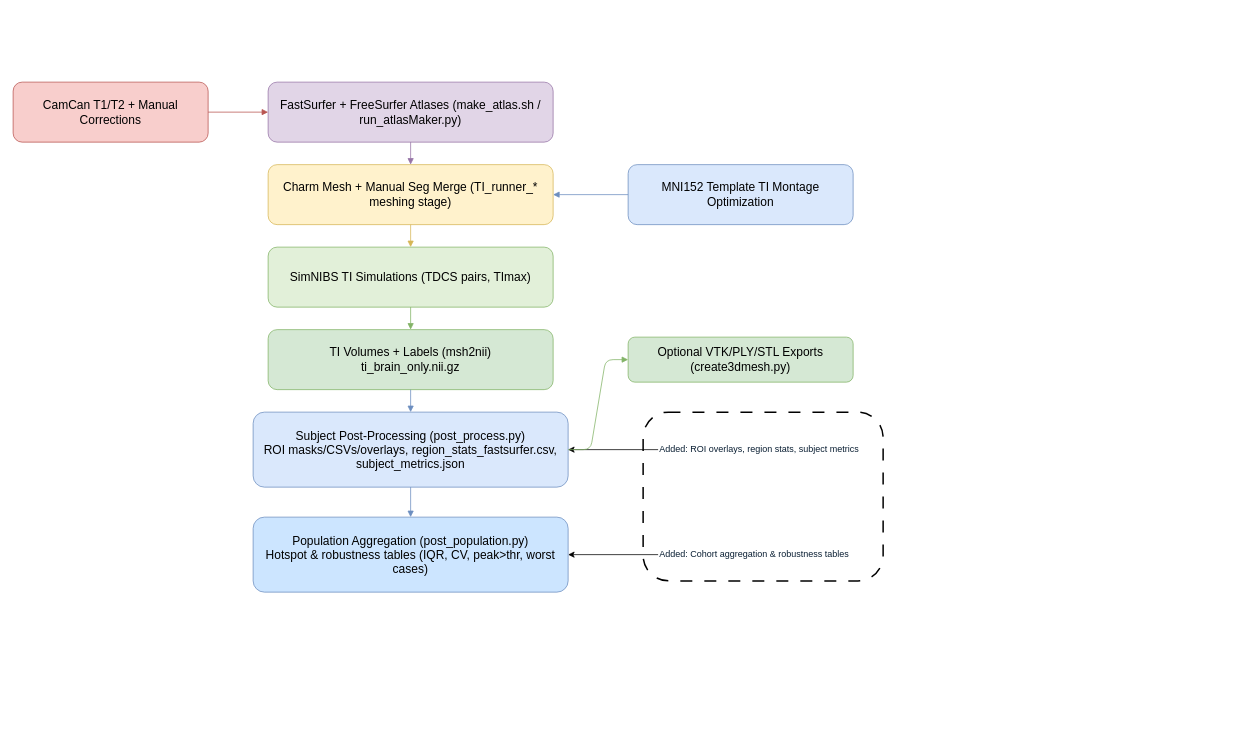
DFrogBinder/TI_Pipeline keeps this draw.io diagram as SimNIBS/Scripts/CamCan_Experiment/drawio/Updated_TI_Pipeline.drawio. Above is the earlier version. Source tidied: cells renumbered, new cells numbered last; positions are measured from the earlier drawing's top-left corner, leaving out a move shared by most shapes. Both pictures are drawn from the tidied source at 75%, with x=0, y=0 at pixel (13, 82).
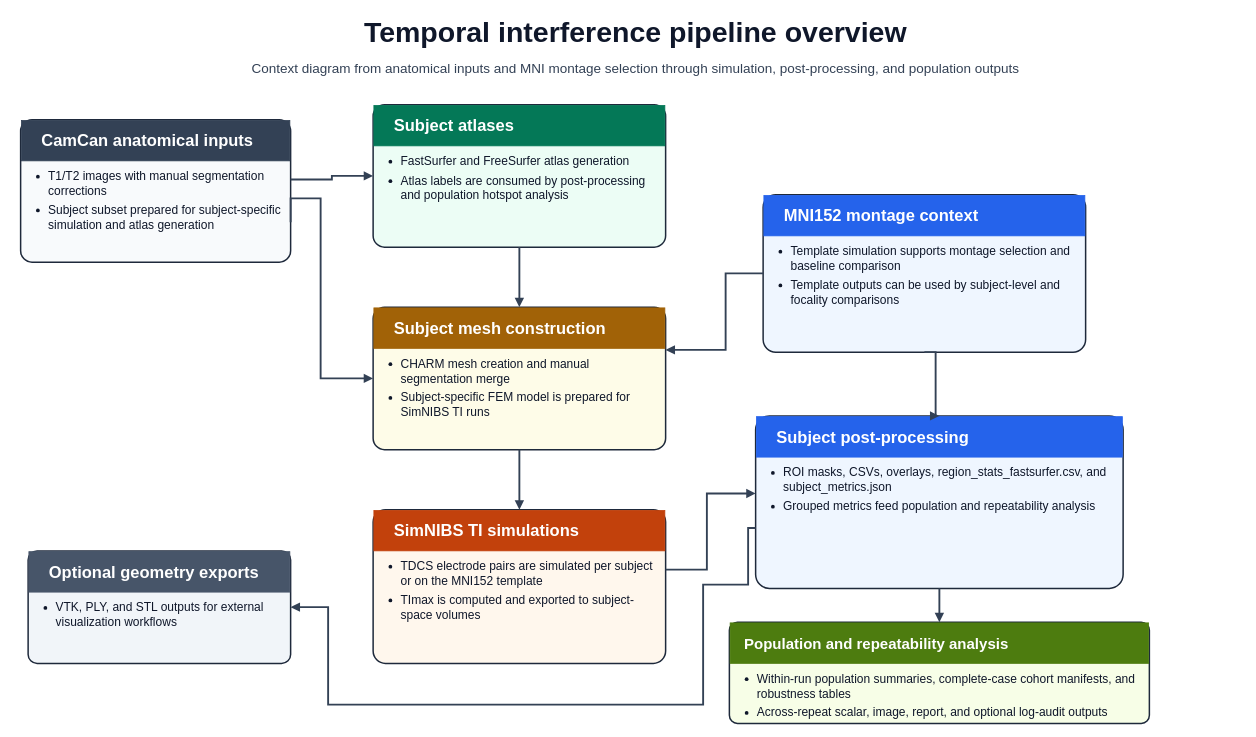
The same page after the edit.

Change to the diagram source:
```diff
@@
-    <mxCell id="2" value="CamCan T1/T2 + Manual Corrections" style="rounded=1;whiteSpace=wrap;html=1;fillColor=#f8cecc;strokeColor=#b85450;fontSize=16;" parent="1" vertex="1">
-      <mxGeometry width="260" height="80" as="geometry" />
-    </mxCell>
-    <mxCell id="3" value="MNI152 Template TI Montage Optimization" style="rounded=1;whiteSpace=wrap;html=1;fillColor=#dae8fc;strokeColor=#6c8ebf;fontSize=16;" parent="1" vertex="1">
-      <mxGeometry x="820" y="110" width="300" height="80" as="geometry" />
-    </mxCell>
+    <mxCell id="24" value="Temporal interference pipeline overview" style="text;html=1;strokeColor=none;fillColor=none;whiteSpace=wrap;align=center;verticalAlign=middle;fontSize=38;fontFamily=Helvetica;fontColor=#0F172A;fontStyle=1;" parent="1" vertex="1">
+      <mxGeometry x="20" y="-92" width="1620" height="52" as="geometry" />
+    </mxCell>
+    <mxCell id="25" value="Context diagram from anatomical inputs and MNI montage selection through simulation, post-processing, and population outputs" style="text;html=1;strokeColor=none;fillColor=none;whiteSpace=wrap;align=center;verticalAlign=middle;fontSize=18;fontFamily=Helvetica;fontColor=#334155;" parent="1" vertex="1">
+      <mxGeometry x="60" y="-36" width="1540" height="36" as="geometry" />
+    </mxCell>
+    <mxCell id="26" style="rounded=1;arcSize=8;whiteSpace=wrap;html=1;fillColor=#F8FAFC;strokeColor=#1E293B;strokeWidth=2;fontFamily=Helvetica;" parent="1" vertex="1">
+      <mxGeometry x="10" y="50" width="360" height="190" as="geometry" />
+    </mxCell>
+    <mxCell id="27" style="rounded=0;whiteSpace=wrap;html=1;fillColor=#334155;strokeColor=#334155;fontFamily=Helvetica;" parent="1" vertex="1">
+      <mxGeometry x="11" y="51" width="358" height="54" as="geometry" />
+    </mxCell>
+    <mxCell id="28" value="CamCan anatomical inputs" style="text;html=1;strokeColor=none;fillColor=none;whiteSpace=wrap;align=left;verticalAlign=middle;spacingLeft=18;fontSize=22;fontStyle=1;fontFamily=Helvetica;fontColor=#FFFFFF;" parent="1" vertex="1">
+      <mxGeometry x="18" y="58" width="344" height="42" as="geometry" />
+    </mxCell>
+    <mxCell id="29" value="&lt;div style='font-size:16px;line-height:1.22;color:#0F172A;'&gt;&lt;ul style='margin:4px 0 0 18px;padding-left:18px;'&gt;&lt;li style='margin:0 0 6px 0;'&gt;T1/T2 images with manual segmentation corrections&lt;/li&gt;&lt;li style='margin:0 0 6px 0;'&gt;Subject subset prepared for subject-specific simulation and atlas generation&lt;/li&gt;&lt;/ul&gt;&lt;/div&gt;" style="text;html=1;whiteSpace=wrap;align=left;verticalAlign=top;spacingLeft=14;spacingRight=14;spacingTop=10;strokeColor=none;fillColor=none;fontSize=16;fontFamily=Helvetica;fontColor=#0F172A;overflow=fill;" parent="1" vertex="1">
+      <mxGeometry x="11" y="112" width="358" height="126" as="geometry" />
+    </mxCell>
-    <mxCell id="4" value="FastSurfer + FreeSurfer Atlases (make_atlas.sh / run_atlasMaker.py)" style="rounded=1;whiteSpace=wrap;html=1;fillColor=#e1d5e7;strokeColor=#9673a6;fontSize=16;" parent="1" vertex="1">
-      <mxGeometry x="340" width="380" height="80" as="geometry" />
+    <mxCell id="4" style="rounded=1;arcSize=8;whiteSpace=wrap;html=1;fillColor=#ECFDF5;strokeColor=#1E293B;strokeWidth=2;fontFamily=Helvetica;" parent="1" vertex="1">
+      <mxGeometry x="480" y="30" width="390" height="190" as="geometry" />
     </mxCell>
+    <mxCell id="30" style="rounded=0;whiteSpace=wrap;html=1;fillColor=#047857;strokeColor=#047857;fontFamily=Helvetica;" parent="1" vertex="1">
+      <mxGeometry x="481" y="31" width="388" height="54" as="geometry" />
+    </mxCell>
+    <mxCell id="31" value="Subject atlases" style="text;html=1;strokeColor=none;fillColor=none;whiteSpace=wrap;align=left;verticalAlign=middle;spacingLeft=18;fontSize=22;fontStyle=1;fontFamily=Helvetica;fontColor=#FFFFFF;" parent="1" vertex="1">
+      <mxGeometry x="488" y="38" width="374" height="42" as="geometry" />
+    </mxCell>
+    <mxCell id="32" value="&lt;div style='font-size:16px;line-height:1.22;color:#0F172A;'&gt;&lt;ul style='margin:4px 0 0 18px;padding-left:18px;'&gt;&lt;li style='margin:0 0 6px 0;'&gt;FastSurfer and FreeSurfer atlas generation&lt;/li&gt;&lt;li style='margin:0 0 6px 0;'&gt;Atlas labels are consumed by post-processing and population hotspot analysis&lt;/li&gt;&lt;/ul&gt;&lt;/div&gt;" style="text;html=1;whiteSpace=wrap;align=left;verticalAlign=top;spacingLeft=14;spacingRight=14;spacingTop=10;strokeColor=none;fillColor=none;fontSize=16;fontFamily=Helvetica;fontColor=#0F172A;overflow=fill;" parent="1" vertex="1">
+      <mxGeometry x="481" y="92" width="388" height="126" as="geometry" />
+    </mxCell>
-    <mxCell id="5" value="Charm Mesh + Manual Seg Merge (TI_runner_* meshing stage)" style="rounded=1;whiteSpace=wrap;html=1;fillColor=#fff2cc;strokeColor=#d6b656;fontSize=16;" parent="1" vertex="1">
-      <mxGeometry x="340" y="110" width="380" height="80" as="geometry" />
+    <mxCell id="5" style="rounded=1;arcSize=8;whiteSpace=wrap;html=1;fillColor=#FEFCE8;strokeColor=#1E293B;strokeWidth=2;fontFamily=Helvetica;" parent="1" vertex="1">
+      <mxGeometry x="480" y="300" width="390" height="190" as="geometry" />
     </mxCell>
+    <mxCell id="33" style="rounded=0;whiteSpace=wrap;html=1;fillColor=#A16207;strokeColor=#A16207;fontFamily=Helvetica;" parent="1" vertex="1">
+      <mxGeometry x="481" y="301" width="388" height="54" as="geometry" />
+    </mxCell>
+    <mxCell id="34" value="Subject mesh construction" style="text;html=1;strokeColor=none;fillColor=none;whiteSpace=wrap;align=left;verticalAlign=middle;spacingLeft=18;fontSize=22;fontStyle=1;fontFamily=Helvetica;fontColor=#FFFFFF;" parent="1" vertex="1">
+      <mxGeometry x="488" y="308" width="374" height="42" as="geometry" />
+    </mxCell>
+    <mxCell id="35" value="&lt;div style='font-size:16px;line-height:1.22;color:#0F172A;'&gt;&lt;ul style='margin:4px 0 0 18px;padding-left:18px;'&gt;&lt;li style='margin:0 0 6px 0;'&gt;CHARM mesh creation and manual segmentation merge&lt;/li&gt;&lt;li style='margin:0 0 6px 0;'&gt;Subject-specific FEM model is prepared for SimNIBS TI runs&lt;/li&gt;&lt;/ul&gt;&lt;/div&gt;" style="text;html=1;whiteSpace=wrap;align=left;verticalAlign=top;spacingLeft=14;spacingRight=14;spacingTop=10;strokeColor=none;fillColor=none;fontSize=16;fontFamily=Helvetica;fontColor=#0F172A;overflow=fill;" parent="1" vertex="1">
+      <mxGeometry x="481" y="362" width="388" height="126" as="geometry" />
+    </mxCell>
+    <mxCell id="36" style="rounded=1;arcSize=8;whiteSpace=wrap;html=1;fillColor=#EFF6FF;strokeColor=#1E293B;strokeWidth=2;fontFamily=Helvetica;" parent="1" vertex="1">
+      <mxGeometry x="1000" y="150" width="430" height="210" as="geometry" />
+    </mxCell>
+    <mxCell id="37" style="rounded=0;whiteSpace=wrap;html=1;fillColor=#2563EB;strokeColor=#2563EB;fontFamily=Helvetica;" parent="1" vertex="1">
+      <mxGeometry x="1001" y="151" width="428" height="54" as="geometry" />
+    </mxCell>
+    <mxCell id="38" value="MNI152 montage context" style="text;html=1;strokeColor=none;fillColor=none;whiteSpace=wrap;align=left;verticalAlign=middle;spacingLeft=18;fontSize=22;fontStyle=1;fontFamily=Helvetica;fontColor=#FFFFFF;" parent="1" vertex="1">
+      <mxGeometry x="1008" y="158" width="414" height="42" as="geometry" />
+    </mxCell>
+    <mxCell id="39" value="&lt;div style='font-size:16px;line-height:1.22;color:#0F172A;'&gt;&lt;ul style='margin:4px 0 0 18px;padding-left:18px;'&gt;&lt;li style='margin:0 0 6px 0;'&gt;Template simulation supports montage selection and baseline comparison&lt;/li&gt;&lt;li style='margin:0 0 6px 0;'&gt;Template outputs can be used by subject-level and focality comparisons&lt;/li&gt;&lt;/ul&gt;&lt;/div&gt;" style="text;html=1;whiteSpace=wrap;align=left;verticalAlign=top;spacingLeft=14;spacingRight=14;spacingTop=10;strokeColor=none;fillColor=none;fontSize=16;fontFamily=Helvetica;fontColor=#0F172A;overflow=fill;" parent="1" vertex="1">
+      <mxGeometry x="1001" y="212" width="428" height="146" as="geometry" />
+    </mxCell>
-    <mxCell id="6" value="SimNIBS TI Simulations (TDCS pairs, TImax)" style="rounded=1;whiteSpace=wrap;html=1;fillColor=#e2f0d9;strokeColor=#82b366;fontSize=16;" parent="1" vertex="1">
-      <mxGeometry x="340" y="220" width="380" height="80" as="geometry" />
+    <mxCell id="6" style="rounded=1;arcSize=8;whiteSpace=wrap;html=1;fillColor=#FFF7ED;strokeColor=#1E293B;strokeWidth=2;fontFamily=Helvetica;" parent="1" vertex="1">
+      <mxGeometry x="480" y="570" width="390" height="205" as="geometry" />
     </mxCell>
-    <mxCell id="7" value="TI Volumes + Labels (msh2nii)&#10;ti_brain_only.nii.gz" style="rounded=1;whiteSpace=wrap;html=1;fillColor=#d5e8d4;strokeColor=#82b366;fontSize=16;" parent="1" vertex="1">
-      <mxGeometry x="340" y="330" width="380" height="80" as="geometry" />
-    </mxCell>
-    <mxCell id="8" value="Subject Post-Processing (post_process.py)&#10;ROI masks/CSVs/overlays, region_stats_fastsurfer.csv, subject_metrics.json" style="rounded=1;whiteSpace=wrap;html=1;fillColor=#dae8fc;strokeColor=#6c8ebf;fontSize=16;" parent="1" vertex="1">
-      <mxGeometry x="320" y="440" width="420" height="100" as="geometry" />
-    </mxCell>
+    <mxCell id="40" style="rounded=0;whiteSpace=wrap;html=1;fillColor=#C2410C;strokeColor=#C2410C;fontFamily=Helvetica;" parent="1" vertex="1">
+      <mxGeometry x="481" y="571" width="388" height="54" as="geometry" />
+    </mxCell>
+    <mxCell id="41" value="SimNIBS TI simulations" style="text;html=1;strokeColor=none;fillColor=none;whiteSpace=wrap;align=left;verticalAlign=middle;spacingLeft=18;fontSize=22;fontStyle=1;fontFamily=Helvetica;fontColor=#FFFFFF;" parent="1" vertex="1">
+      <mxGeometry x="488" y="578" width="374" height="42" as="geometry" />
+    </mxCell>
+    <mxCell id="42" value="&lt;div style='font-size:16px;line-height:1.22;color:#0F172A;'&gt;&lt;ul style='margin:4px 0 0 18px;padding-left:18px;'&gt;&lt;li style='margin:0 0 6px 0;'&gt;TDCS electrode pairs are simulated per subject or on the MNI152 template&lt;/li&gt;&lt;li style='margin:0 0 6px 0;'&gt;TImax is computed and exported to subject-space volumes&lt;/li&gt;&lt;/ul&gt;&lt;/div&gt;" style="text;html=1;whiteSpace=wrap;align=left;verticalAlign=top;spacingLeft=14;spacingRight=14;spacingTop=10;strokeColor=none;fillColor=none;fontSize=16;fontFamily=Helvetica;fontColor=#0F172A;overflow=fill;" parent="1" vertex="1">
+      <mxGeometry x="481" y="632" width="388" height="141" as="geometry" />
+    </mxCell>
+    <mxCell id="43" style="rounded=1;arcSize=8;whiteSpace=wrap;html=1;fillColor=#EFF6FF;strokeColor=#1E293B;strokeWidth=2;fontFamily=Helvetica;" parent="1" vertex="1">
+      <mxGeometry x="990" y="445" width="490" height="230" as="geometry" />
+    </mxCell>
+    <mxCell id="44" style="rounded=0;whiteSpace=wrap;html=1;fillColor=#2563EB;strokeColor=#2563EB;fontFamily=Helvetica;" parent="1" vertex="1">
+      <mxGeometry x="991" y="446" width="488" height="54" as="geometry" />
+    </mxCell>
+    <mxCell id="45" value="Subject post-processing" style="text;html=1;strokeColor=none;fillColor=none;whiteSpace=wrap;align=left;verticalAlign=middle;spacingLeft=18;fontSize=22;fontStyle=1;fontFamily=Helvetica;fontColor=#FFFFFF;" parent="1" vertex="1">
+      <mxGeometry x="998" y="453" width="474" height="42" as="geometry" />
+    </mxCell>
+    <mxCell id="46" value="&lt;div style='font-size:16px;line-height:1.22;color:#0F172A;'&gt;&lt;ul style='margin:4px 0 0 18px;padding-left:18px;'&gt;&lt;li style='margin:0 0 6px 0;'&gt;ROI masks, CSVs, overlays, region_stats_fastsurfer.csv, and subject_metrics.json&lt;/li&gt;&lt;li style='margin:0 0 6px 0;'&gt;Grouped metrics feed population and repeatability analysis&lt;/li&gt;&lt;/ul&gt;&lt;/div&gt;" style="text;html=1;whiteSpace=wrap;align=left;verticalAlign=top;spacingLeft=14;spacingRight=14;spacingTop=10;strokeColor=none;fillColor=none;fontSize=16;fontFamily=Helvetica;fontColor=#0F172A;overflow=fill;" parent="1" vertex="1">
+      <mxGeometry x="991" y="507" width="488" height="166" as="geometry" />
+    </mxCell>
-    <mxCell id="9" value="Population Aggregation (post_population.py)&#10;Hotspot &amp; robustness tables (IQR, CV, peak&gt;thr, worst cases)" style="rounded=1;whiteSpace=wrap;html=1;fillColor=#cce5ff;strokeColor=#6c8ebf;fontSize=16;" parent="1" vertex="1">
-      <mxGeometry x="320" y="580" width="420" height="100" as="geometry" />
+    <mxCell id="9" style="rounded=1;arcSize=8;whiteSpace=wrap;html=1;fillColor=#F7FEE7;strokeColor=#1E293B;strokeWidth=2;fontFamily=Helvetica;" parent="1" vertex="1">
+      <mxGeometry x="955" y="720" width="560" height="135" as="geometry" />
     </mxCell>
-    <mxCell id="10" value="Optional VTK/PLY/STL Exports (create3dmesh.py)" style="rounded=1;whiteSpace=wrap;html=1;fillColor=#d5e8d4;strokeColor=#82b366;fontSize=16;" parent="1" vertex="1">
-      <mxGeometry x="820" y="340" width="300" height="60" as="geometry" />
-    </mxCell>
-    <mxCell id="11" style="edgeStyle=orthogonalEdgeStyle;rounded=0;jettySize=auto;html=1;" parent="1" edge="1" source="12" target="8">
-      <mxGeometry relative="1" as="geometry" />
-    </mxCell>
-    <mxCell id="12" value="Added: ROI overlays, region stats, subject metrics" style="text;html=1;strokeColor=none;fillColor=none;fontSize=12;fontColor=#0A1F33;" parent="1" vertex="1">
-      <mxGeometry x="860" y="475" width="320" height="30" as="geometry" />
-    </mxCell>
-    <mxCell id="13" style="edgeStyle=orthogonalEdgeStyle;rounded=0;jettySize=auto;html=1;" parent="1" edge="1" source="14" target="9">
-      <mxGeometry relative="1" as="geometry" />
-    </mxCell>
-    <mxCell id="14" value="Added: Cohort aggregation &amp; robustness tables" style="text;html=1;strokeColor=none;fillColor=none;fontSize=12;fontColor=#0A1F33;" parent="1" vertex="1">
-      <mxGeometry x="860" y="615" width="300" height="30" as="geometry" />
-    </mxCell>
-    <mxCell id="15" style="endArrow=block;strokeColor=#6c8ebf;" parent="1" edge="1" source="3" target="5">
-      <mxGeometry relative="1" as="geometry" />
-    </mxCell>
-    <mxCell id="16" style="endArrow=block;strokeColor=#b85450;" parent="1" edge="1" source="2" target="4">
-      <mxGeometry relative="1" as="geometry" />
-    </mxCell>
+    <mxCell id="47" style="rounded=0;whiteSpace=wrap;html=1;fillColor=#4D7C0F;strokeColor=#4D7C0F;fontFamily=Helvetica;" parent="1" vertex="1">
+      <mxGeometry x="956" y="721" width="558" height="54" as="geometry" />
+    </mxCell>
+    <mxCell id="48" value="Population and repeatability analysis" style="text;html=1;strokeColor=none;fillColor=none;whiteSpace=wrap;align=left;verticalAlign=middle;spacingLeft=18;fontSize=20;fontStyle=1;fontFamily=Helvetica;fontColor=#FFFFFF;" parent="1" vertex="1">
+      <mxGeometry x="955" y="727" width="544" height="42" as="geometry" />
+    </mxCell>
+    <mxCell id="49" value="&lt;div style='font-size:16px;line-height:1.22;color:#0F172A;'&gt;&lt;ul style='margin:4px 0 0 18px;padding-left:18px;'&gt;&lt;li style='margin:0 0 6px 0;'&gt;Within-run population summaries, complete-case cohort manifests, and robustness tables&lt;/li&gt;&lt;li style='margin:0 0 6px 0;'&gt;Across-repeat scalar, image, report, and optional log-audit outputs&lt;/li&gt;&lt;/ul&gt;&lt;/div&gt;" style="text;html=1;whiteSpace=wrap;align=left;verticalAlign=top;spacingLeft=14;spacingRight=14;spacingTop=10;strokeColor=none;fillColor=none;fontSize=16;fontFamily=Helvetica;fontColor=#0F172A;overflow=fill;" parent="1" vertex="1">
+      <mxGeometry x="956" y="782" width="558" height="71" as="geometry" />
+    </mxCell>
+    <mxCell id="50" style="rounded=1;arcSize=8;whiteSpace=wrap;html=1;fillColor=#F1F5F9;strokeColor=#1E293B;strokeWidth=2;fontFamily=Helvetica;" parent="1" vertex="1">
+      <mxGeometry x="20" y="625" width="350" height="150" as="geometry" />
+    </mxCell>
+    <mxCell id="51" style="rounded=0;whiteSpace=wrap;html=1;fillColor=#475569;strokeColor=#475569;fontFamily=Helvetica;" parent="1" vertex="1">
+      <mxGeometry x="21" y="626" width="348" height="54" as="geometry" />
+    </mxCell>
+    <mxCell id="52" value="Optional geometry exports" style="text;html=1;strokeColor=none;fillColor=none;whiteSpace=wrap;align=left;verticalAlign=middle;spacingLeft=18;fontSize=22;fontStyle=1;fontFamily=Helvetica;fontColor=#FFFFFF;" parent="1" vertex="1">
+      <mxGeometry x="28" y="633" width="334" height="42" as="geometry" />
+    </mxCell>
+    <mxCell id="53" value="&lt;div style='font-size:16px;line-height:1.22;color:#0F172A;'&gt;&lt;ul style='margin:4px 0 0 18px;padding-left:18px;'&gt;&lt;li style='margin:0 0 6px 0;'&gt;VTK, PLY, and STL outputs for external visualization workflows&lt;/li&gt;&lt;/ul&gt;&lt;/div&gt;" style="text;html=1;whiteSpace=wrap;align=left;verticalAlign=top;spacingLeft=14;spacingRight=14;spacingTop=10;strokeColor=none;fillColor=none;fontSize=16;fontFamily=Helvetica;fontColor=#0F172A;overflow=fill;" parent="1" vertex="1">
+      <mxGeometry x="21" y="687" width="348" height="86" as="geometry" />
+    </mxCell>
+    <mxCell id="54" style="edgeStyle=orthogonalEdgeStyle;rounded=0;jettySize=auto;html=1;strokeColor=#334155;strokeWidth=2.5;endArrow=block;endFill=1;fontFamily=Helvetica;exitX=1;exitY=0.42;entryX=0;entryY=0.5;" parent="1" edge="1" source="26" target="4">
+      <mxGeometry relative="1" as="geometry" />
+    </mxCell>
+    <mxCell id="55" style="edgeStyle=orthogonalEdgeStyle;rounded=0;jettySize=auto;html=1;strokeColor=#334155;strokeWidth=2.5;endArrow=block;endFill=1;fontFamily=Helvetica;exitX=1;exitY=0.72;entryX=0;entryY=0.5;" parent="1" edge="1" source="26" target="5">
+      <mxGeometry relative="1" as="geometry">
+        <Array as="points">
+          <mxPoint x="410" y="155" />
+          <mxPoint x="440" y="395" />
+        </Array>
+      </mxGeometry>
+    </mxCell>
-    <mxCell id="17" style="endArrow=block;strokeColor=#9673a6;" parent="1" edge="1" source="4" target="5">
+    <mxCell id="17" style="edgeStyle=orthogonalEdgeStyle;rounded=0;jettySize=auto;html=1;strokeColor=#334155;strokeWidth=2.5;endArrow=block;endFill=1;fontFamily=Helvetica;exitX=0.5;exitY=1;entryX=0.5;entryY=0;" parent="1" edge="1" source="4" target="5">
       <mxGeometry relative="1" as="geometry" />
     </mxCell>
+    <mxCell id="56" style="edgeStyle=orthogonalEdgeStyle;rounded=0;jettySize=auto;html=1;strokeColor=#334155;strokeWidth=2.5;endArrow=block;endFill=1;fontFamily=Helvetica;exitX=0;exitY=0.5;entryX=1;entryY=0.3;" parent="1" edge="1" source="36" target="5">
+      <mxGeometry relative="1" as="geometry">
+        <Array as="points">
+          <mxPoint x="950" y="255" />
+        </Array>
+      </mxGeometry>
+    </mxCell>
-    <mxCell id="18" style="endArrow=block;strokeColor=#d6b656;" parent="1" edge="1" source="5" target="6">
+    <mxCell id="18" style="edgeStyle=orthogonalEdgeStyle;rounded=0;jettySize=auto;html=1;strokeColor=#334155;strokeWidth=2.5;endArrow=block;endFill=1;fontFamily=Helvetica;exitX=0.5;exitY=1;entryX=0.5;entryY=0;" parent="1" edge="1" source="5" target="6">
       <mxGeometry relative="1" as="geometry" />
     </mxCell>
-    <mxCell id="19" style="endArrow=block;strokeColor=#82b366;" parent="1" edge="1" source="6" target="7">
-      <mxGeometry relative="1" as="geometry" />
-    </mxCell>
-    <mxCell id="20" style="endArrow=block;strokeColor=#6c8ebf;" parent="1" edge="1" source="7" target="8">
-      <mxGeometry relative="1" as="geometry" />
-    </mxCell>
-    <mxCell id="21" style="endArrow=block;strokeColor=#6c8ebf;" parent="1" edge="1" source="8" target="9">
-      <mxGeometry relative="1" as="geometry" />
-    </mxCell>
-    <mxCell id="22" style="endArrow=block;strokeColor=#82b366;edgeStyle=entityRelationEdgeStyle;" parent="1" edge="1" source="8" target="10">
-      <mxGeometry relative="1" as="geometry" />
-    </mxCell>
-    <mxCell id="23" style="rounded=1;whiteSpace=wrap;html=1;fillColor=none;dashed=1;dashPattern=8 8;strokeWidth=2;" parent="1" vertex="1">
-      <mxGeometry x="840" y="440" width="320" height="225" as="geometry" />
-    </mxCell>
+    <mxCell id="57" style="edgeStyle=orthogonalEdgeStyle;rounded=0;jettySize=auto;html=1;strokeColor=#334155;strokeWidth=2.5;endArrow=block;endFill=1;fontFamily=Helvetica;entryX=0;entryY=0.45;" parent="1" edge="1" target="43">
+      <mxGeometry relative="1" as="geometry">
+        <mxPoint x="870" y="650" as="sourcePoint" />
+        <Array as="points">
+          <mxPoint x="925" y="650" />
+          <mxPoint x="925" y="549" />
+        </Array>
+      </mxGeometry>
+    </mxCell>
+    <mxCell id="58" style="edgeStyle=orthogonalEdgeStyle;rounded=0;jettySize=auto;html=1;strokeColor=#334155;strokeWidth=2.5;endArrow=block;endFill=1;fontFamily=Helvetica;exitX=0.5;exitY=1;entryX=0.5;entryY=0;" parent="1" edge="1" source="36" target="43">
+      <mxGeometry relative="1" as="geometry">
+        <Array as="points">
+          <mxPoint x="1230" y="360" />
+          <mxPoint x="1230" y="445" />
+        </Array>
+      </mxGeometry>
+    </mxCell>
+    <mxCell id="59" style="edgeStyle=orthogonalEdgeStyle;rounded=0;jettySize=auto;html=1;strokeColor=#334155;strokeWidth=2.5;endArrow=block;endFill=1;fontFamily=Helvetica;exitX=0.5;exitY=1;entryX=0.5;entryY=0;" parent="1" edge="1" source="43" target="9">
+      <mxGeometry relative="1" as="geometry" />
+    </mxCell>
+    <mxCell id="60" style="edgeStyle=orthogonalEdgeStyle;rounded=0;jettySize=auto;html=1;strokeColor=#334155;strokeWidth=2.5;endArrow=block;endFill=1;fontFamily=Helvetica;exitX=0;exitY=0.65;entryX=1;entryY=0.5;" parent="1" edge="1" source="43" target="50">
+      <mxGeometry relative="1" as="geometry">
+        <Array as="points">
+          <mxPoint x="980" y="670" />
+          <mxPoint x="920" y="670" />
+          <mxPoint x="920" y="830" />
+          <mxPoint x="420" y="830" />
+          <mxPoint x="420" y="700" />
+        </Array>
+      </mxGeometry>
+    </mxCell>
```
